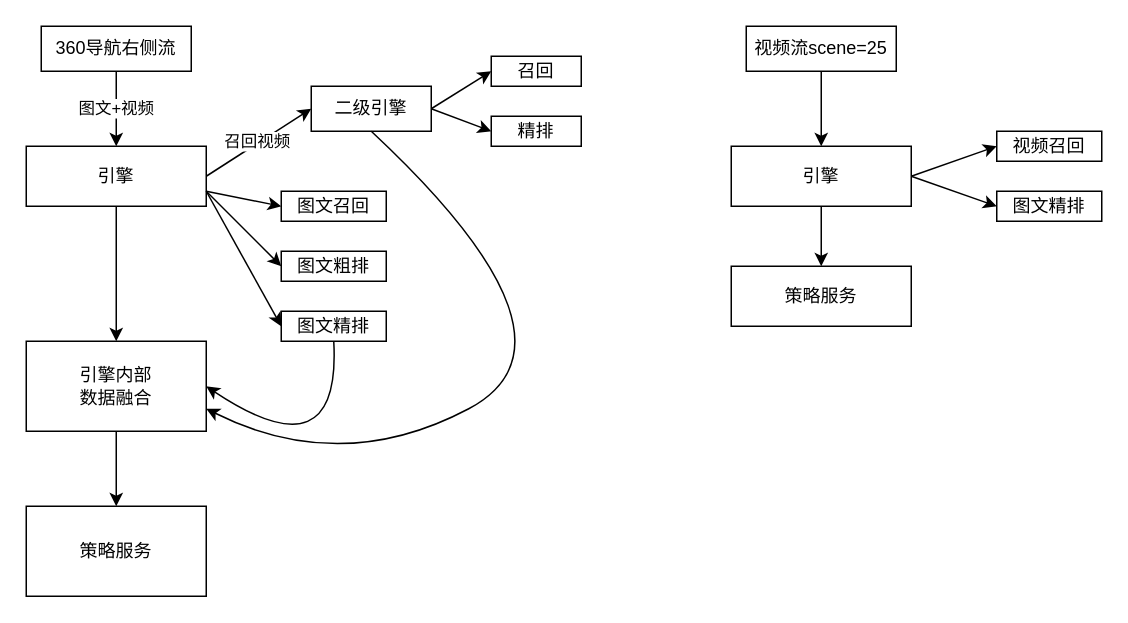
Before: 引擎视频调用逻辑.drawio in beijingqiuchang/drawio, a draw.io diagram. Source tidied: cells renumbered, new cells numbered last; positions are measured from the earlier drawing's top-left corner, leaving out a move shared by most shapes. Both pictures are drawn from the tidied source at 150%, with x=0, y=0 at pixel (26, 26).
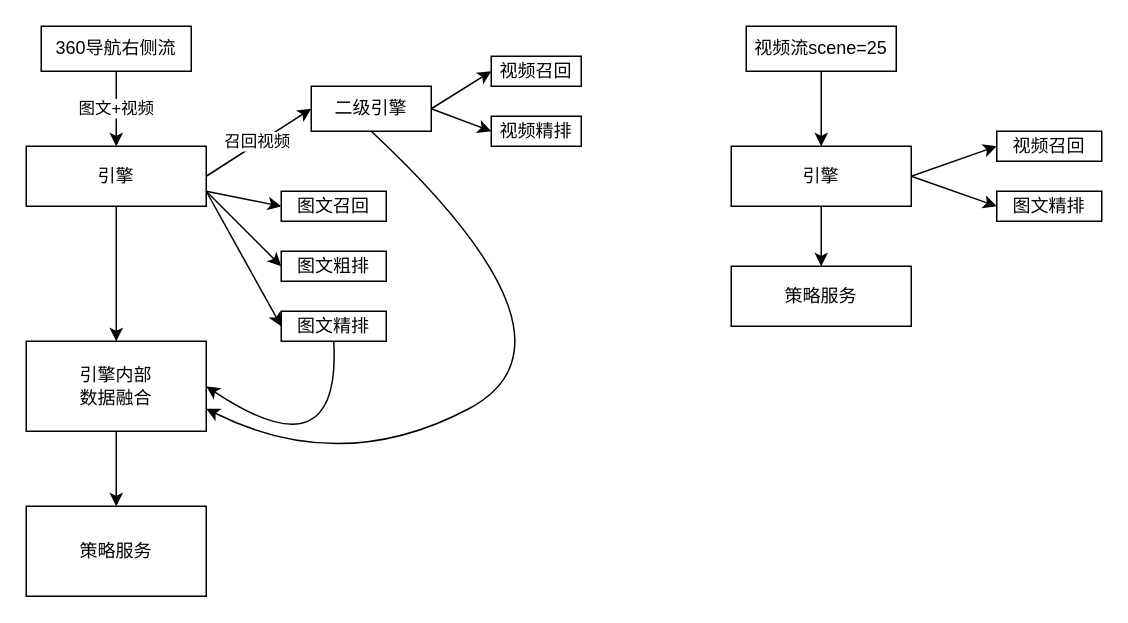
The same page after the edit.

Commit message:
更新引擎视频调用逻辑.drawio

The edit, as a diff of the source:
```diff
@@
-    <mxCell id="9" value="召回" style="rounded=0;whiteSpace=wrap;html=1;" parent="1" vertex="1">
+    <mxCell id="9" value="视频召回" style="rounded=0;whiteSpace=wrap;html=1;" parent="1" vertex="1">
       <mxGeometry x="310" y="20" width="60" height="20" as="geometry" />
     </mxCell>
-    <mxCell id="10" value="精排" style="rounded=0;whiteSpace=wrap;html=1;" parent="1" vertex="1">
+    <mxCell id="10" value="视频精排" style="rounded=0;whiteSpace=wrap;html=1;" parent="1" vertex="1">
       <mxGeometry x="310" y="60" width="60" height="20" as="geometry" />
     </mxCell>
```
